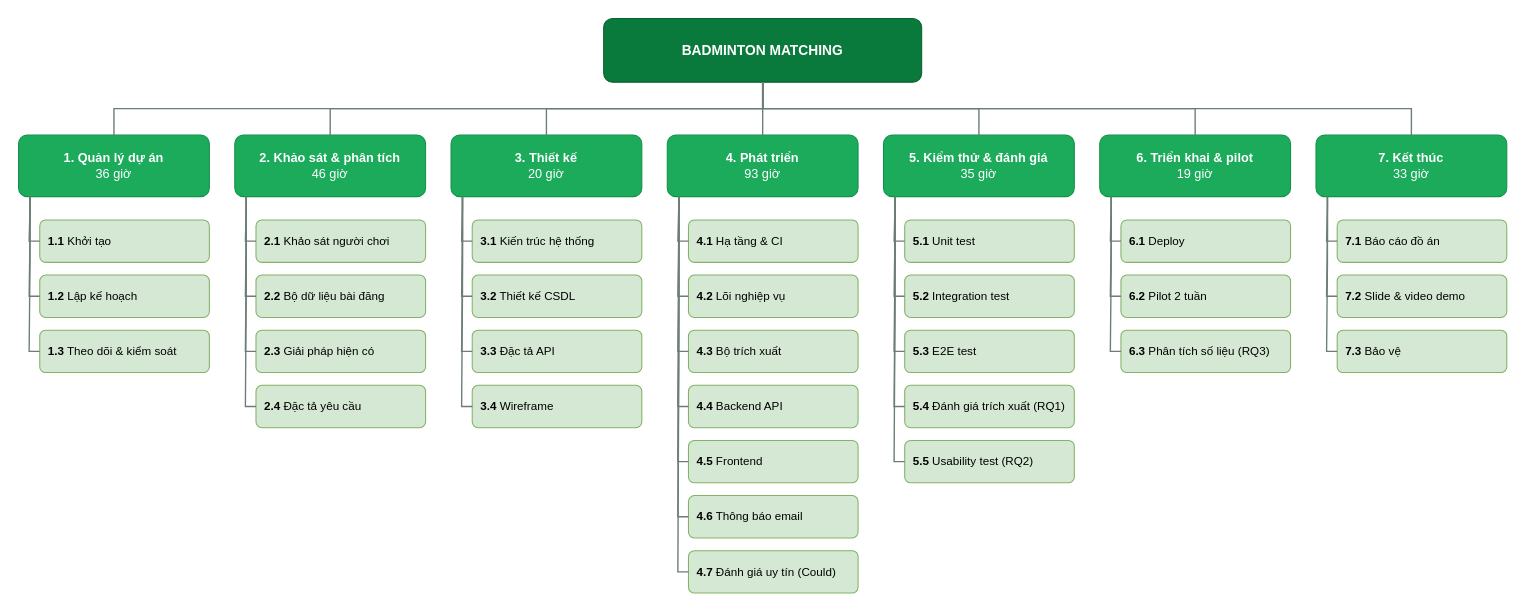
Before: docs/diagrams/wbs-tong-quan.drawio in DucManh300905/Badminton-Matching, a draw.io diagram. Source tidied: cells renumbered, new cells numbered last; positions are measured from the earlier drawing's top-left corner, leaving out a move shared by most shapes. Both pictures are drawn from the tidied source at 106%, with x=0, y=0 at pixel (18, 18).
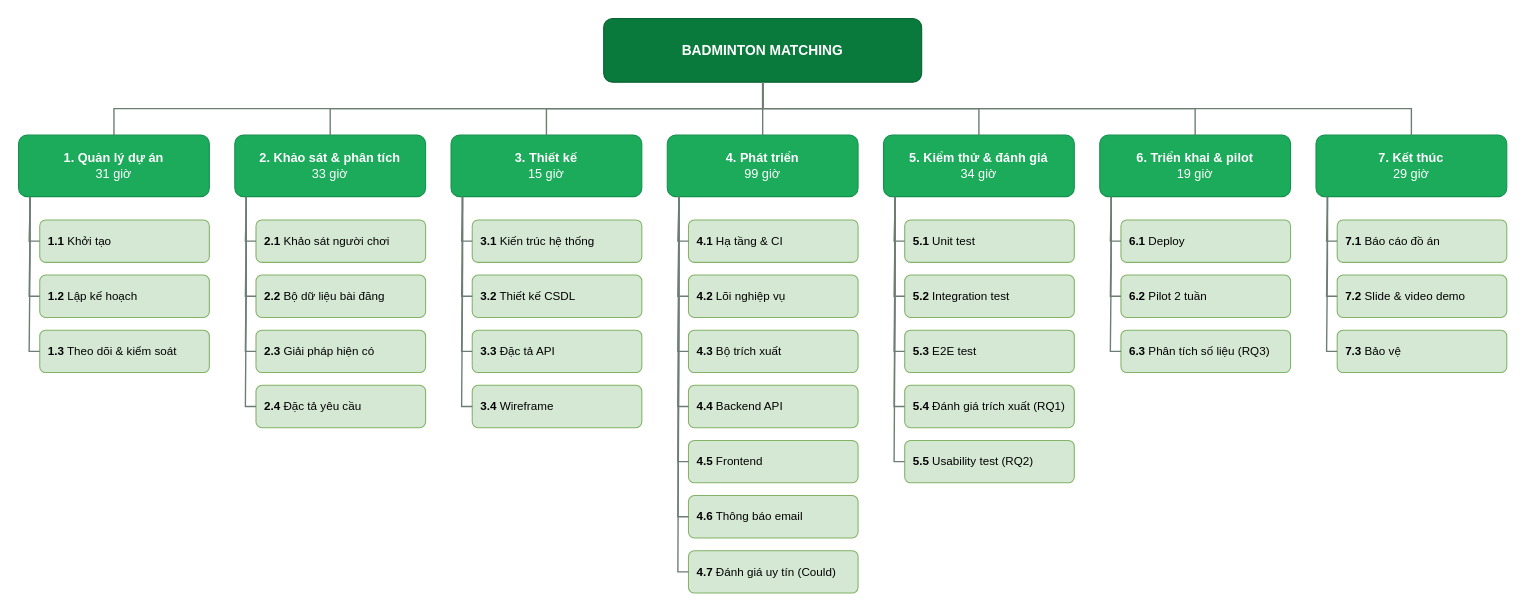
The same diagram, later.

Diff of the diagram source:
```diff
@@
-    <mxCell id="3" value="&lt;b&gt;1. Quản lý dự án&lt;/b&gt;&lt;br&gt;36 giờ" style="rounded=1;arcSize=14;whiteSpace=wrap;html=1;fillColor=#1caa5b;strokeColor=#11924c;fontColor=#ffffff;fontSize=12;fontFamily=Helvetica;verticalAlign=middle;spacingLeft=6;spacingRight=6;" parent="1" vertex="1">
+    <mxCell id="3" value="&lt;b&gt;1. Quản lý dự án&lt;/b&gt;&lt;br&gt;31 giờ" style="rounded=1;arcSize=14;whiteSpace=wrap;html=1;fillColor=#1caa5b;strokeColor=#11924c;fontColor=#ffffff;fontSize=12;fontFamily=Helvetica;verticalAlign=middle;spacingLeft=6;spacingRight=6;" parent="1" vertex="1">
       <mxGeometry y="110" width="180" height="58" as="geometry" />
     </mxCell>
@@
-    <mxCell id="7" value="&lt;b&gt;2. Khảo sát &amp;amp; phân tích&lt;/b&gt;&lt;br&gt;46 giờ" style="rounded=1;arcSize=14;whiteSpace=wrap;html=1;fillColor=#1caa5b;strokeColor=#11924c;fontColor=#ffffff;fontSize=12;fontFamily=Helvetica;verticalAlign=middle;spacingLeft=6;spacingRight=6;" parent="1" vertex="1">
+    <mxCell id="7" value="&lt;b&gt;2. Khảo sát &amp;amp; phân tích&lt;/b&gt;&lt;br&gt;33 giờ" style="rounded=1;arcSize=14;whiteSpace=wrap;html=1;fillColor=#1caa5b;strokeColor=#11924c;fontColor=#ffffff;fontSize=12;fontFamily=Helvetica;verticalAlign=middle;spacingLeft=6;spacingRight=6;" parent="1" vertex="1">
       <mxGeometry x="204" y="110" width="180" height="58" as="geometry" />
     </mxCell>
@@
-    <mxCell id="12" value="&lt;b&gt;3. Thiết kế&lt;/b&gt;&lt;br&gt;20 giờ" style="rounded=1;arcSize=14;whiteSpace=wrap;html=1;fillColor=#1caa5b;strokeColor=#11924c;fontColor=#ffffff;fontSize=12;fontFamily=Helvetica;verticalAlign=middle;spacingLeft=6;spacingRight=6;" parent="1" vertex="1">
+    <mxCell id="12" value="&lt;b&gt;3. Thiết kế&lt;/b&gt;&lt;br&gt;15 giờ" style="rounded=1;arcSize=14;whiteSpace=wrap;html=1;fillColor=#1caa5b;strokeColor=#11924c;fontColor=#ffffff;fontSize=12;fontFamily=Helvetica;verticalAlign=middle;spacingLeft=6;spacingRight=6;" parent="1" vertex="1">
       <mxGeometry x="408" y="110" width="180" height="58" as="geometry" />
     </mxCell>
@@
-    <mxCell id="17" value="&lt;b&gt;4. Phát triển&lt;/b&gt;&lt;br&gt;93 giờ" style="rounded=1;arcSize=14;whiteSpace=wrap;html=1;fillColor=#1caa5b;strokeColor=#11924c;fontColor=#ffffff;fontSize=12;fontFamily=Helvetica;verticalAlign=middle;spacingLeft=6;spacingRight=6;" parent="1" vertex="1">
+    <mxCell id="17" value="&lt;b&gt;4. Phát triển&lt;/b&gt;&lt;br&gt;99 giờ" style="rounded=1;arcSize=14;whiteSpace=wrap;html=1;fillColor=#1caa5b;strokeColor=#11924c;fontColor=#ffffff;fontSize=12;fontFamily=Helvetica;verticalAlign=middle;spacingLeft=6;spacingRight=6;" parent="1" vertex="1">
       <mxGeometry x="612" y="110" width="180" height="58" as="geometry" />
     </mxCell>
@@
-    <mxCell id="25" value="&lt;b&gt;5. Kiểm thử &amp;amp; đánh giá&lt;/b&gt;&lt;br&gt;35 giờ" style="rounded=1;arcSize=14;whiteSpace=wrap;html=1;fillColor=#1caa5b;strokeColor=#11924c;fontColor=#ffffff;fontSize=12;fontFamily=Helvetica;verticalAlign=middle;spacingLeft=6;spacingRight=6;" parent="1" vertex="1">
+    <mxCell id="25" value="&lt;b&gt;5. Kiểm thử &amp;amp; đánh giá&lt;/b&gt;&lt;br&gt;34 giờ" style="rounded=1;arcSize=14;whiteSpace=wrap;html=1;fillColor=#1caa5b;strokeColor=#11924c;fontColor=#ffffff;fontSize=12;fontFamily=Helvetica;verticalAlign=middle;spacingLeft=6;spacingRight=6;" parent="1" vertex="1">
       <mxGeometry x="816" y="110" width="180" height="58" as="geometry" />
     </mxCell>
@@
-    <mxCell id="35" value="&lt;b&gt;7. Kết thúc&lt;/b&gt;&lt;br&gt;33 giờ" style="rounded=1;arcSize=14;whiteSpace=wrap;html=1;fillColor=#1caa5b;strokeColor=#11924c;fontColor=#ffffff;fontSize=12;fontFamily=Helvetica;verticalAlign=middle;spacingLeft=6;spacingRight=6;" parent="1" vertex="1">
+    <mxCell id="35" value="&lt;b&gt;7. Kết thúc&lt;/b&gt;&lt;br&gt;29 giờ" style="rounded=1;arcSize=14;whiteSpace=wrap;html=1;fillColor=#1caa5b;strokeColor=#11924c;fontColor=#ffffff;fontSize=12;fontFamily=Helvetica;verticalAlign=middle;spacingLeft=6;spacingRight=6;" parent="1" vertex="1">
       <mxGeometry x="1224" y="110" width="180" height="58" as="geometry" />
     </mxCell>
```
